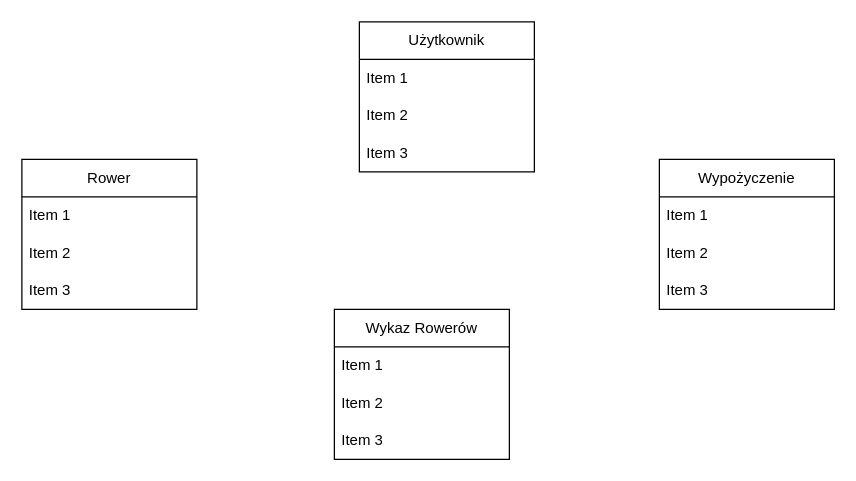
Earlier version of the draw.io diagram Untitled Diagram.drawio (KarolinaPiechowicz05/2024-12-31). Source tidied: cells renumbered, new cells numbered last; positions are measured from the earlier drawing's top-left corner, leaving out a move shared by most shapes. Both pictures are drawn from the tidied source at 125%, with x=0, y=0 at pixel (21, 21).
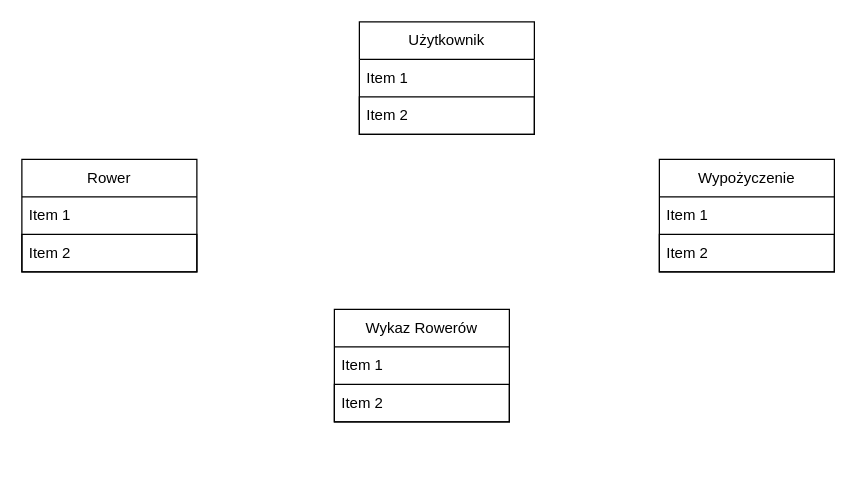
After the change.

Diff of the diagram source:
```diff
@@
 <mxGraphModel>
   <root>
     <mxCell id="0" />
     <mxCell id="1" parent="0" />
     <mxCell id="2" value="Użytkownik" style="swimlane;fontStyle=0;horizontal=1;startSize=30;whiteSpace=wrap;html=1;" parent="1" vertex="1">
-      <mxGeometry x="270" width="140" height="120" as="geometry" />
+      <mxGeometry x="270" width="140" height="90" as="geometry" />
     </mxCell>
     <mxCell id="3" value="Item 1" style="text;strokeColor=none;fillColor=none;align=left;verticalAlign=middle;spacingLeft=4;spacingRight=4;overflow=hidden;whiteSpace=wrap;html=1;" parent="2" vertex="1">
       <mxGeometry y="30" width="140" height="30" as="geometry" />
     </mxCell>
-    <mxCell id="4" value="Item 2" style="text;strokeColor=none;fillColor=none;align=left;verticalAlign=middle;spacingLeft=4;spacingRight=4;overflow=hidden;whiteSpace=wrap;html=1;" parent="2" vertex="1">
+    <mxCell id="4" value="Item 2" style="text;strokeColor=default;fillColor=none;align=left;verticalAlign=middle;spacingLeft=4;spacingRight=4;overflow=hidden;whiteSpace=wrap;html=1;" parent="2" vertex="1">
       <mxGeometry y="60" width="140" height="30" as="geometry" />
     </mxCell>
-    <mxCell id="5" value="Item 3" style="text;strokeColor=none;fillColor=none;align=left;verticalAlign=middle;spacingLeft=4;spacingRight=4;overflow=hidden;whiteSpace=wrap;html=1;" parent="2" vertex="1">
-      <mxGeometry y="90" width="140" height="30" as="geometry" />
-    </mxCell>
     <mxCell id="6" value="Rower" style="swimlane;fontStyle=0;horizontal=1;startSize=30;whiteSpace=wrap;html=1;" parent="1" vertex="1">
-      <mxGeometry y="110" width="140" height="120" as="geometry" />
+      <mxGeometry y="110" width="140" height="90" as="geometry" />
     </mxCell>
     <mxCell id="7" value="Item 1" style="text;strokeColor=none;fillColor=none;align=left;verticalAlign=middle;spacingLeft=4;spacingRight=4;overflow=hidden;whiteSpace=wrap;html=1;" parent="6" vertex="1">
       <mxGeometry y="30" width="140" height="30" as="geometry" />
     </mxCell>
-    <mxCell id="8" value="Item 2" style="text;strokeColor=none;fillColor=none;align=left;verticalAlign=middle;spacingLeft=4;spacingRight=4;overflow=hidden;whiteSpace=wrap;html=1;" parent="6" vertex="1">
+    <mxCell id="8" value="Item 2" style="text;strokeColor=default;fillColor=none;align=left;verticalAlign=middle;spacingLeft=4;spacingRight=4;overflow=hidden;whiteSpace=wrap;html=1;" parent="6" vertex="1">
       <mxGeometry y="60" width="140" height="30" as="geometry" />
     </mxCell>
-    <mxCell id="9" value="Item 3" style="text;strokeColor=none;fillColor=none;align=left;verticalAlign=middle;spacingLeft=4;spacingRight=4;overflow=hidden;whiteSpace=wrap;html=1;" parent="6" vertex="1">
-      <mxGeometry y="90" width="140" height="30" as="geometry" />
-    </mxCell>
     <mxCell id="10" value="Wypożyczenie" style="swimlane;fontStyle=0;horizontal=1;startSize=30;whiteSpace=wrap;html=1;" parent="1" vertex="1">
-      <mxGeometry x="510" y="110" width="140" height="120" as="geometry" />
+      <mxGeometry x="510" y="110" width="140" height="90" as="geometry" />
     </mxCell>
     <mxCell id="11" value="Item 1" style="text;strokeColor=none;fillColor=none;align=left;verticalAlign=middle;spacingLeft=4;spacingRight=4;overflow=hidden;whiteSpace=wrap;html=1;" parent="10" vertex="1">
       <mxGeometry y="30" width="140" height="30" as="geometry" />
     </mxCell>
-    <mxCell id="12" value="Item 2" style="text;strokeColor=none;fillColor=none;align=left;verticalAlign=middle;spacingLeft=4;spacingRight=4;overflow=hidden;whiteSpace=wrap;html=1;" parent="10" vertex="1">
+    <mxCell id="12" value="Item 2" style="text;strokeColor=default;fillColor=none;align=left;verticalAlign=middle;spacingLeft=4;spacingRight=4;overflow=hidden;whiteSpace=wrap;html=1;" parent="10" vertex="1">
       <mxGeometry y="60" width="140" height="30" as="geometry" />
     </mxCell>
-    <mxCell id="13" value="Item 3" style="text;strokeColor=none;fillColor=none;align=left;verticalAlign=middle;spacingLeft=4;spacingRight=4;overflow=hidden;whiteSpace=wrap;html=1;" parent="10" vertex="1">
-      <mxGeometry y="90" width="140" height="30" as="geometry" />
-    </mxCell>
     <mxCell id="14" value="Wykaz Rowerów" style="swimlane;fontStyle=0;horizontal=1;startSize=30;whiteSpace=wrap;html=1;" parent="1" vertex="1">
-      <mxGeometry x="250" y="230" width="140" height="120" as="geometry" />
+      <mxGeometry x="250" y="230" width="140" height="90" as="geometry" />
     </mxCell>
     <mxCell id="15" value="Item 1" style="text;strokeColor=none;fillColor=none;align=left;verticalAlign=middle;spacingLeft=4;spacingRight=4;overflow=hidden;whiteSpace=wrap;html=1;" parent="14" vertex="1">
       <mxGeometry y="30" width="140" height="30" as="geometry" />
     </mxCell>
-    <mxCell id="16" value="Item 2" style="text;strokeColor=none;fillColor=none;align=left;verticalAlign=middle;spacingLeft=4;spacingRight=4;overflow=hidden;whiteSpace=wrap;html=1;" parent="14" vertex="1">
+    <mxCell id="16" value="Item 2" style="text;strokeColor=default;fillColor=none;align=left;verticalAlign=middle;spacingLeft=4;spacingRight=4;overflow=hidden;whiteSpace=wrap;html=1;" parent="14" vertex="1">
       <mxGeometry y="60" width="140" height="30" as="geometry" />
     </mxCell>
-    <mxCell id="17" value="Item 3" style="text;strokeColor=none;fillColor=none;align=left;verticalAlign=middle;spacingLeft=4;spacingRight=4;overflow=hidden;whiteSpace=wrap;html=1;" parent="14" vertex="1">
-      <mxGeometry y="90" width="140" height="30" as="geometry" />
-    </mxCell>
   </root>
 </mxGraphModel>
```
